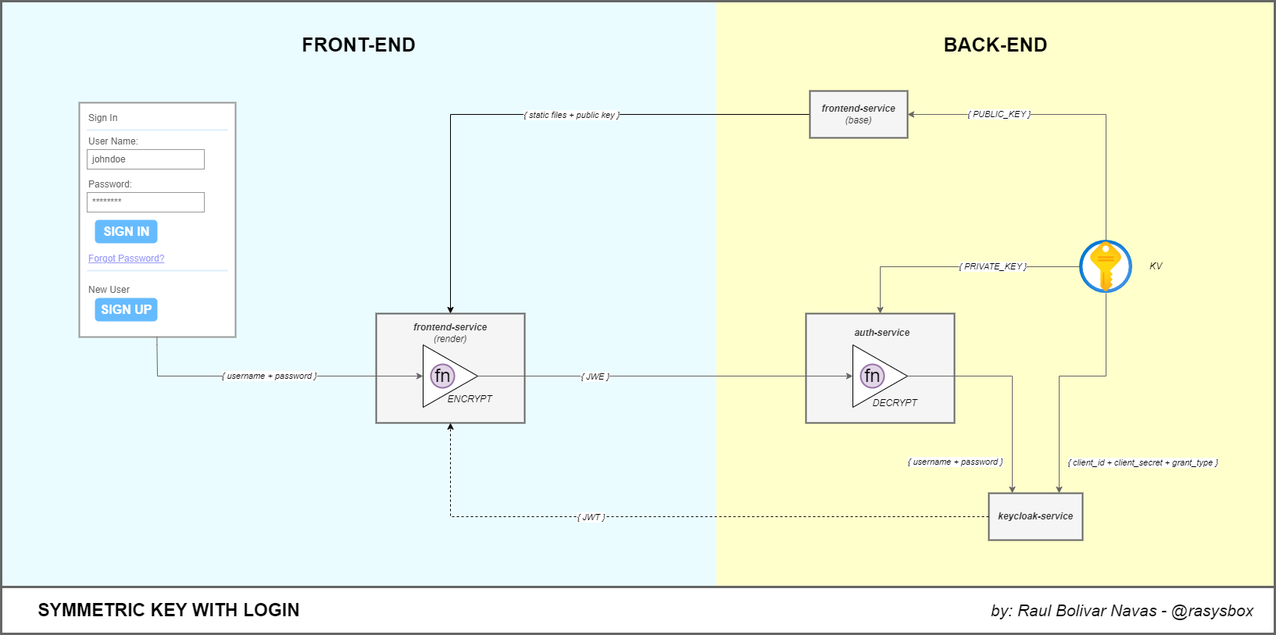
This is symmetric-keys-login.png from raulrobinson/symmetric-keys, a draw.io export, as it was before one commit. Source tidied: cells renumbered, new cells last; positions are measured from the earlier drawing's top-left corner, leaving out a move shared by most shapes.
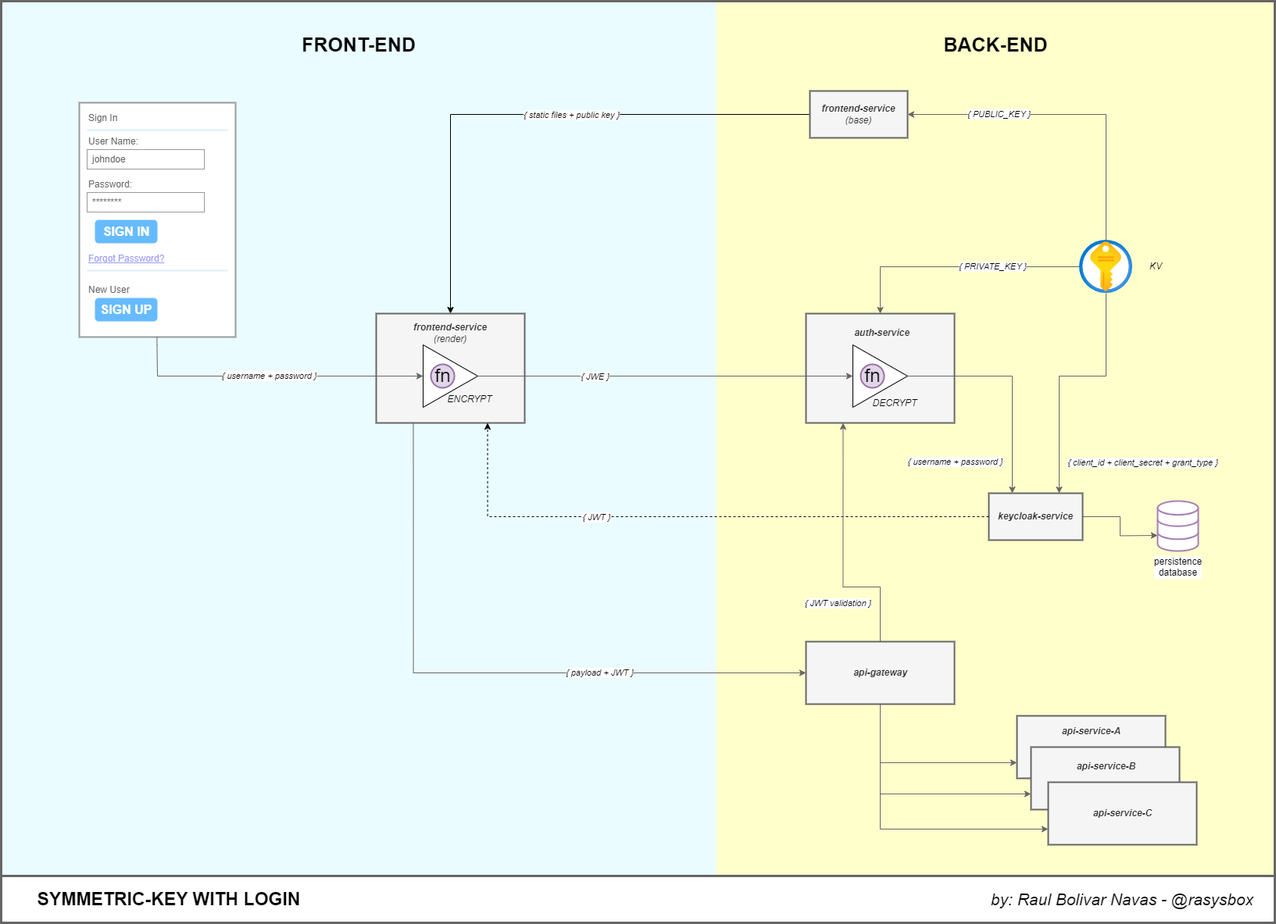
The same diagram one commit later.

Commit message:
use-case

Change to the diagram source:
```diff
@@ -3,10 +3,10 @@
     <mxCell id="0" />
     <mxCell id="1" parent="0" />
     <mxCell id="2" style="rounded=0;whiteSpace=wrap;html=1;strokeColor=none;fillColor=#FFFFCC;" parent="1" vertex="1">
-      <mxGeometry x="915" width="715" height="750" as="geometry" />
+      <mxGeometry x="915" width="715" height="1120" as="geometry" />
     </mxCell>
     <mxCell id="3" style="rounded=0;whiteSpace=wrap;html=1;strokeColor=none;fillColor=#EAFCFF;" parent="1" vertex="1">
-      <mxGeometry width="915" height="750" as="geometry" />
+      <mxGeometry width="915" height="1120" as="geometry" />
     </mxCell>
     <mxCell id="4" style="strokeWidth=2;shadow=0;dashed=0;align=center;html=1;shape=mxgraph.mockup.forms.rrect;rSize=0;strokeColor=#999999;fillColor=#ffffff;" parent="1" vertex="1">
       <mxGeometry x="100" y="130" width="200" height="300" as="geometry" />
@@ -122,6 +122,14 @@
     <mxCell id="29" value="&lt;i&gt;KV&lt;/i&gt;" style="text;html=1;align=center;verticalAlign=middle;whiteSpace=wrap;rounded=0;" parent="1" vertex="1">
       <mxGeometry x="1448" y="325" width="60" height="30" as="geometry" />
     </mxCell>
+    <mxCell id="53" style="edgeStyle=orthogonalEdgeStyle;rounded=0;jettySize=auto;html=1;entryX=0;entryY=0.5;entryDx=0;entryDy=0;exitX=0.25;exitY=1;exitDx=0;exitDy=0;strokeColor=#666666;" parent="1" edge="1" source="30" target="60">
+      <mxGeometry relative="1" as="geometry" />
+    </mxCell>
+    <mxCell id="54" value="&lt;i&gt;{ payload + JWT }&lt;/i&gt;" style="edgeLabel;html=1;align=center;verticalAlign=middle;" parent="53" vertex="1">
+      <mxGeometry x="0.36" y="-2" relative="1" as="geometry">
+        <mxPoint x="1" y="-3" as="offset" />
+      </mxGeometry>
+    </mxCell>
     <mxCell id="30" style="rounded=0;whiteSpace=wrap;html=1;fillColor=#f5f5f5;fontColor=#333333;strokeColor=#666666;strokeWidth=2;" parent="1" vertex="1">
       <mxGeometry x="480" y="400" width="190" height="140" as="geometry" />
     </mxCell>
@@ -189,10 +197,10 @@
     <mxCell id="46" style="edgeStyle=orthogonalEdgeStyle;rounded=0;jettySize=auto;html=1;entryX=0.25;entryY=0;entryDx=0;entryDy=0;exitX=1;exitY=0.5;exitDx=0;exitDy=0;strokeColor=#666666;" parent="1" edge="1" source="41" target="28">
       <mxGeometry relative="1" as="geometry" />
     </mxCell>
-    <mxCell id="47" style="edgeStyle=orthogonalEdgeStyle;rounded=0;jettySize=auto;html=1;entryX=0.5;entryY=1;entryDx=0;entryDy=0;exitX=0;exitY=0.5;exitDx=0;exitDy=0;dashed=1;" parent="1" edge="1" source="28" target="30">
+    <mxCell id="47" style="edgeStyle=orthogonalEdgeStyle;rounded=0;jettySize=auto;html=1;entryX=0.75;entryY=1;entryDx=0;entryDy=0;exitX=0;exitY=0.5;exitDx=0;exitDy=0;dashed=1;" parent="1" edge="1" source="28" target="30">
       <mxGeometry relative="1" as="geometry">
         <Array as="points">
-          <mxPoint x="575" y="660" />
+          <mxPoint x="623" y="660" />
         </Array>
       </mxGeometry>
     </mxCell>
@@ -202,16 +210,70 @@
       </mxGeometry>
     </mxCell>
     <mxCell id="49" style="rounded=0;whiteSpace=wrap;html=1;strokeWidth=3;strokeColor=#666666;" parent="1" vertex="1">
-      <mxGeometry y="750" width="1630" height="60" as="geometry" />
+      <mxGeometry y="1120" width="1630" height="60" as="geometry" />
     </mxCell>
-    <mxCell id="50" value="&lt;b&gt;&lt;font style=&quot;font-size: 23px;&quot;&gt;SYMMETRIC KEY WITH LOGIN&lt;/font&gt;&lt;/b&gt;" style="text;html=1;align=center;verticalAlign=middle;whiteSpace=wrap;rounded=0;" parent="1" vertex="1">
-      <mxGeometry y="765" width="430" height="30" as="geometry" />
+    <mxCell id="50" value="&lt;b&gt;&lt;font style=&quot;font-size: 23px;&quot;&gt;SYMMETRIC-KEY WITH LOGIN&lt;/font&gt;&lt;/b&gt;" style="text;html=1;align=center;verticalAlign=middle;whiteSpace=wrap;rounded=0;" parent="1" vertex="1">
+      <mxGeometry y="1135" width="430" height="30" as="geometry" />
     </mxCell>
     <mxCell id="51" value="&lt;font style=&quot;font-size: 21px;&quot;&gt;&lt;i&gt;by: Raul Bolivar Navas - @rasysbox&lt;/i&gt;&lt;/font&gt;" style="text;html=1;align=center;verticalAlign=middle;whiteSpace=wrap;rounded=0;" parent="1" vertex="1">
-      <mxGeometry x="1240" y="765" width="390" height="30" as="geometry" />
+      <mxGeometry x="1240" y="1135" width="390" height="30" as="geometry" />
     </mxCell>
     <mxCell id="52" style="rounded=0;whiteSpace=wrap;html=1;strokeWidth=3;fillColor=none;strokeColor=#666666;" parent="1" vertex="1">
-      <mxGeometry width="1630" height="750" as="geometry" />
+      <mxGeometry width="1630" height="1120" as="geometry" />
     </mxCell>
+    <mxCell id="55" style="edgeStyle=orthogonalEdgeStyle;rounded=0;jettySize=auto;html=1;entryX=0.25;entryY=1;entryDx=0;entryDy=0;strokeColor=#666666;" parent="1" edge="1" source="60" target="39">
+      <mxGeometry relative="1" as="geometry">
+        <Array as="points">
+          <mxPoint x="1125" y="750" />
+          <mxPoint x="1077" y="750" />
+        </Array>
+      </mxGeometry>
+    </mxCell>
+    <mxCell id="56" value="&lt;i&gt;{ JWT validation }&lt;/i&gt;" style="edgeLabel;html=1;align=center;verticalAlign=middle;" parent="55" vertex="1">
+      <mxGeometry x="-0.71" y="-2" relative="1" as="geometry">
+        <mxPoint x="-57" y="-3" as="offset" />
+      </mxGeometry>
+    </mxCell>
+    <mxCell id="57" style="edgeStyle=orthogonalEdgeStyle;rounded=0;jettySize=auto;html=1;entryX=0;entryY=0.75;entryDx=0;entryDy=0;exitX=0.5;exitY=1;exitDx=0;exitDy=0;strokeColor=#666666;" parent="1" edge="1" source="60" target="64">
+      <mxGeometry relative="1" as="geometry" />
+    </mxCell>
+    <mxCell id="58" style="edgeStyle=orthogonalEdgeStyle;rounded=0;jettySize=auto;html=1;entryX=0;entryY=0.75;entryDx=0;entryDy=0;exitX=0.5;exitY=1;exitDx=0;exitDy=0;strokeColor=#666666;" parent="1" edge="1" source="60" target="65">
+      <mxGeometry relative="1" as="geometry" />
+    </mxCell>
+    <mxCell id="59" style="edgeStyle=orthogonalEdgeStyle;rounded=0;jettySize=auto;html=1;entryX=0;entryY=0.75;entryDx=0;entryDy=0;exitX=0.5;exitY=1;exitDx=0;exitDy=0;strokeColor=#666666;" parent="1" edge="1" source="60" target="66">
+      <mxGeometry relative="1" as="geometry" />
+    </mxCell>
+    <mxCell id="60" style="rounded=0;whiteSpace=wrap;html=1;fillColor=#f5f5f5;fontColor=#333333;strokeColor=#666666;strokeWidth=2;" parent="1" vertex="1">
+      <mxGeometry x="1030" y="820" width="190" height="80" as="geometry" />
+    </mxCell>
+    <mxCell id="61" value="&lt;b style=&quot;color: rgb(51, 51, 51);&quot;&gt;&lt;i&gt;api-gateway&lt;/i&gt;&lt;/b&gt;" style="text;html=1;align=center;verticalAlign=middle;whiteSpace=wrap;rounded=0;" parent="1" vertex="1">
+      <mxGeometry x="1078.8" y="845" width="92.5" height="30" as="geometry" />
+    </mxCell>
+    <mxCell id="62" value="persistence&lt;div&gt;database&lt;/div&gt;" style="html=1;verticalLabelPosition=bottom;align=center;labelBackgroundColor=#ffffff;verticalAlign=top;strokeWidth=2;strokeColor=#A680B8;shadow=0;dashed=0;shape=mxgraph.ios7.icons.data;" parent="1" vertex="1">
+      <mxGeometry x="1480" y="640" width="52" height="64" as="geometry" />
+    </mxCell>
+    <mxCell id="63" style="edgeStyle=orthogonalEdgeStyle;rounded=0;jettySize=auto;html=1;strokeColor=#666666;" parent="1" edge="1" source="28">
+      <mxGeometry relative="1" as="geometry">
+        <mxPoint x="1480" y="684" as="targetPoint" />
+      </mxGeometry>
+    </mxCell>
+    <mxCell id="64" style="rounded=0;whiteSpace=wrap;html=1;fillColor=#f5f5f5;fontColor=#333333;strokeColor=#666666;strokeWidth=2;" parent="1" vertex="1">
+      <mxGeometry x="1300" y="915" width="190" height="80" as="geometry" />
+    </mxCell>
+    <mxCell id="65" style="rounded=0;whiteSpace=wrap;html=1;fillColor=#f5f5f5;fontColor=#333333;strokeColor=#666666;strokeWidth=2;" parent="1" vertex="1">
+      <mxGeometry x="1318" y="955" width="190" height="80" as="geometry" />
+    </mxCell>
+    <mxCell id="66" style="rounded=0;whiteSpace=wrap;html=1;fillColor=#f5f5f5;fontColor=#333333;strokeColor=#666666;strokeWidth=2;" parent="1" vertex="1">
+      <mxGeometry x="1340" y="1000" width="190" height="80" as="geometry" />
+    </mxCell>
+    <mxCell id="67" value="&lt;b style=&quot;color: rgb(51, 51, 51);&quot;&gt;&lt;i&gt;api-service-C&lt;/i&gt;&lt;/b&gt;" style="text;html=1;align=center;verticalAlign=middle;whiteSpace=wrap;rounded=0;" parent="1" vertex="1">
+      <mxGeometry x="1388.8" y="1025" width="92.5" height="30" as="geometry" />
+    </mxCell>
+    <mxCell id="68" value="&lt;b style=&quot;color: rgb(51, 51, 51);&quot;&gt;&lt;i&gt;api-service-A&lt;/i&gt;&lt;/b&gt;" style="text;html=1;align=center;verticalAlign=middle;whiteSpace=wrap;rounded=0;" parent="1" vertex="1">
+      <mxGeometry x="1348.8" y="920" width="92.5" height="30" as="geometry" />
+    </mxCell>
+    <mxCell id="69" value="&lt;b style=&quot;color: rgb(51, 51, 51);&quot;&gt;&lt;i&gt;api-service-B&lt;/i&gt;&lt;/b&gt;" style="text;html=1;align=center;verticalAlign=middle;whiteSpace=wrap;rounded=0;" parent="1" vertex="1">
+      <mxGeometry x="1367.8" y="965" width="92.5" height="30" as="geometry" />
+    </mxCell>
   </root>
 </mxGraphModel>
```
